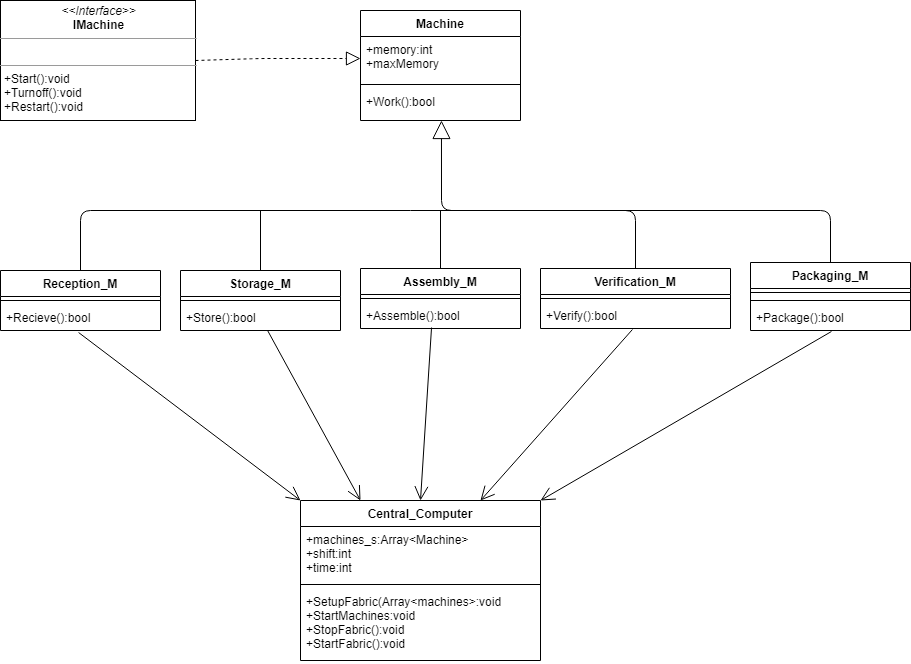
This is Docs/Parte 1.png from ICC3101-202010/laboratorio-04-julio-Cortes, a draw.io export, as it was before one commit. Source tidied: cells renumbered, new cells last; positions are measured from the earlier drawing's top-left corner, leaving out a move shared by most shapes.
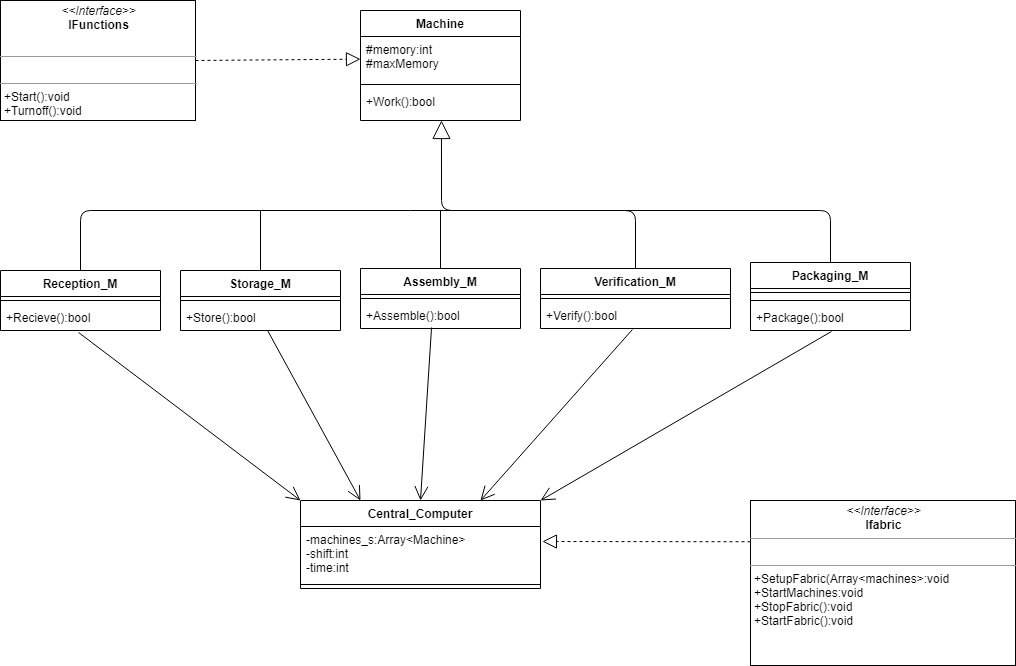
The same file after the commit.

What changed in the source:
```diff
@@ -80,7 +80,7 @@
         </Array>
       </mxGeometry>
     </mxCell>
-    <mxCell id="20" value="&lt;p style=&quot;margin: 0px ; margin-top: 4px ; text-align: center&quot;&gt;&lt;i&gt;&amp;lt;&amp;lt;Interface&amp;gt;&amp;gt;&lt;/i&gt;&lt;br&gt;&lt;b&gt;IMachine&lt;/b&gt;&lt;/p&gt;&lt;hr size=&quot;1&quot;&gt;&lt;p style=&quot;margin: 0px ; margin-left: 4px&quot;&gt;&lt;br&gt;&lt;/p&gt;&lt;hr size=&quot;1&quot;&gt;&lt;p style=&quot;margin: 0px ; margin-left: 4px&quot;&gt;+Start():void&lt;/p&gt;&lt;p style=&quot;margin: 0px ; margin-left: 4px&quot;&gt;+Turnoff():void&lt;/p&gt;&lt;p style=&quot;margin: 0px ; margin-left: 4px&quot;&gt;+Restart():void&lt;/p&gt;" style="verticalAlign=top;align=left;overflow=fill;fontSize=12;fontFamily=Helvetica;html=1;" parent="1" vertex="1">
+    <mxCell id="20" value="&lt;p style=&quot;margin: 0px ; margin-top: 4px ; text-align: center&quot;&gt;&lt;i&gt;&amp;lt;&amp;lt;Interface&amp;gt;&amp;gt;&lt;/i&gt;&lt;br&gt;&lt;b&gt;IFunctions&lt;/b&gt;&lt;/p&gt;&lt;p style=&quot;margin: 0px ; margin-top: 4px ; text-align: center&quot;&gt;&lt;b&gt;&lt;br&gt;&lt;/b&gt;&lt;/p&gt;&lt;hr size=&quot;1&quot;&gt;&lt;p style=&quot;margin: 0px ; margin-left: 4px&quot;&gt;&lt;br&gt;&lt;/p&gt;&lt;hr size=&quot;1&quot;&gt;&lt;p style=&quot;margin: 0px ; margin-left: 4px&quot;&gt;+Start():void&lt;/p&gt;&lt;p style=&quot;margin: 0px ; margin-left: 4px&quot;&gt;+Turnoff():void&lt;/p&gt;&lt;p style=&quot;margin: 0px ; margin-left: 4px&quot;&gt;+Restart():void&lt;/p&gt;" style="verticalAlign=top;align=left;overflow=fill;fontSize=12;fontFamily=Helvetica;html=1;" parent="1" vertex="1">
       <mxGeometry width="195" height="120" as="geometry" />
     </mxCell>
     <mxCell id="21" style="endArrow=open;endFill=1;endSize=12;html=1;exitX=0.488;exitY=1.077;exitDx=0;exitDy=0;entryX=0;entryY=0;entryDx=0;entryDy=0;exitPerimeter=0;" parent="1" edge="1" source="7" target="35">
@@ -98,13 +98,6 @@
     <mxCell id="25" style="endArrow=open;endFill=1;endSize=12;html=1;exitX=0.506;exitY=1.038;exitDx=0;exitDy=0;entryX=1;entryY=0;entryDx=0;entryDy=0;exitPerimeter=0;" parent="1" edge="1" source="30" target="35">
       <mxGeometry relative="1" as="geometry" />
     </mxCell>
-    <mxCell id="26" style="endArrow=block;dashed=1;endFill=0;endSize=12;html=1;entryX=0;entryY=0.5;entryDx=0;entryDy=0;exitX=1;exitY=0.5;exitDx=0;exitDy=0;" parent="1" edge="1" source="20" target="32">
-      <mxGeometry relative="1" as="geometry">
-        <Array as="points">
-          <mxPoint x="260" y="58" />
-        </Array>
-      </mxGeometry>
-    </mxCell>
     <mxCell id="27" value="Packaging_M" style="swimlane;fontStyle=1;align=center;verticalAlign=top;horizontal=1;startSize=26;" parent="1" vertex="1">
       <mxGeometry x="750" y="262" width="160" height="68" as="geometry" />
     </mxCell>
@@ -120,7 +113,7 @@
     <mxCell id="31" value="Machine" style="swimlane;fontStyle=1;align=center;verticalAlign=top;horizontal=1;startSize=26;" parent="1" vertex="1">
       <mxGeometry x="360" y="10" width="160" height="110" as="geometry" />
     </mxCell>
-    <mxCell id="32" value="+memory:int&#10;+maxMemory" style="text;strokeColor=none;fillColor=none;align=left;verticalAlign=top;spacingLeft=4;spacingRight=4;overflow=hidden;points=[[0,0.5],[1,0.5]];portConstraint=eastwest;" parent="31" vertex="1">
+    <mxCell id="32" value="#memory:int&#10;#maxMemory" style="text;strokeColor=none;fillColor=none;align=left;verticalAlign=top;spacingLeft=4;spacingRight=4;overflow=hidden;points=[[0,0.5],[1,0.5]];portConstraint=eastwest;" parent="31" vertex="1">
       <mxGeometry y="26" width="160" height="44" as="geometry" />
     </mxCell>
     <mxCell id="33" style="line;strokeWidth=1;fillColor=none;align=left;verticalAlign=middle;spacingTop=-1;spacingLeft=3;spacingRight=3;labelPosition=right;" parent="31" vertex="1">
@@ -130,16 +123,22 @@
       <mxGeometry y="78" width="160" height="32" as="geometry" />
     </mxCell>
     <mxCell id="35" value="Central_Computer" style="swimlane;fontStyle=1;align=center;verticalAlign=top;horizontal=1;startSize=26;" parent="1" vertex="1">
-      <mxGeometry x="300" y="500" width="240" height="160" as="geometry" />
+      <mxGeometry x="300" y="500" width="240" height="88" as="geometry" />
     </mxCell>
-    <mxCell id="36" value="+machines_s:Array&lt;Machine&gt;&#10;+shift:int&#10;+time:int&#10;" style="text;strokeColor=none;fillColor=none;align=left;verticalAlign=top;spacingLeft=4;spacingRight=4;overflow=hidden;points=[[0,0.5],[1,0.5]];portConstraint=eastwest;" parent="35" vertex="1">
+    <mxCell id="36" value="-machines_s:Array&lt;Machine&gt;&#10;-shift:int&#10;-time:int&#10;" style="text;strokeColor=none;fillColor=none;align=left;verticalAlign=top;spacingLeft=4;spacingRight=4;overflow=hidden;points=[[0,0.5],[1,0.5]];portConstraint=eastwest;" parent="35" vertex="1">
       <mxGeometry y="26" width="240" height="54" as="geometry" />
     </mxCell>
     <mxCell id="37" style="line;strokeWidth=1;fillColor=none;align=left;verticalAlign=middle;spacingTop=-1;spacingLeft=3;spacingRight=3;labelPosition=right;" parent="35" vertex="1">
       <mxGeometry y="80" width="240" height="8" as="geometry" />
     </mxCell>
-    <mxCell id="38" value="+SetupFabric(Array&lt;machines&gt;:void&#10;+StartMachines:void&#10;+StopFabric():void&#10;+StartFabric():void" style="text;strokeColor=none;fillColor=none;align=left;verticalAlign=top;spacingLeft=4;spacingRight=4;overflow=hidden;" parent="35" vertex="1">
-      <mxGeometry y="88" width="240" height="72" as="geometry" />
-    </mxCell>
+    <mxCell id="39" value="&lt;p style=&quot;margin: 0px ; margin-top: 4px ; text-align: center&quot;&gt;&lt;i&gt;&amp;lt;&amp;lt;Interface&amp;gt;&amp;gt;&lt;/i&gt;&lt;br&gt;&lt;b&gt;Ifabric&lt;/b&gt;&lt;/p&gt;&lt;hr size=&quot;1&quot;&gt;&lt;p style=&quot;margin: 0px ; margin-left: 4px&quot;&gt;&lt;br&gt;&lt;/p&gt;&lt;hr size=&quot;1&quot;&gt;&lt;p style=&quot;margin: 0px ; margin-left: 4px&quot;&gt;+SetupFabric(Array&amp;lt;machines&amp;gt;:void&lt;br style=&quot;padding: 0px ; margin: 0px&quot;&gt;+StartMachines:void&lt;br style=&quot;padding: 0px ; margin: 0px&quot;&gt;+StopFabric():void&lt;br style=&quot;padding: 0px ; margin: 0px&quot;&gt;+StartFabric():void&lt;br style=&quot;padding: 0px ; margin: 0px&quot;&gt;&lt;br&gt;&lt;/p&gt;" style="verticalAlign=top;align=left;overflow=fill;fontSize=12;fontFamily=Helvetica;html=1;" parent="1" vertex="1">
+      <mxGeometry x="750" y="500" width="265" height="165" as="geometry" />
+    </mxCell>
+    <mxCell id="40" style="endArrow=block;dashed=1;endFill=0;endSize=12;html=1;exitX=0;exitY=0.25;exitDx=0;exitDy=0;entryX=1.008;entryY=0.278;entryDx=0;entryDy=0;entryPerimeter=0;" parent="1" edge="1" source="39" target="36">
+      <mxGeometry relative="1" as="geometry" />
+    </mxCell>
+    <mxCell id="26" style="endArrow=block;dashed=1;endFill=0;endSize=12;html=1;exitX=1;exitY=0.5;exitDx=0;exitDy=0;" parent="1" edge="1" source="20" target="32">
+      <mxGeometry relative="1" as="geometry" />
+    </mxCell>
   </root>
 </mxGraphModel>
```
